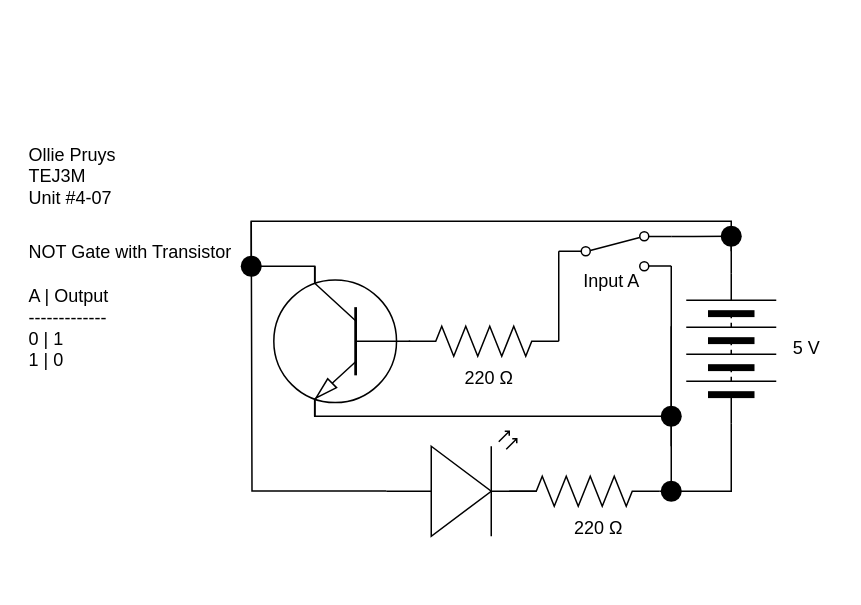
ollie-pruys/TEJ3M1-Unit4 keeps this draw.io diagram as Unit-#4-08/diagram408.drawio. Above is the earlier version. Source tidied: cells renumbered, new cells numbered last; positions are measured from the earlier drawing's top-left corner, leaving out a move shared by most shapes. Both pictures are drawn from the tidied source at 150%, with x=0, y=0 at pixel (26, 130).
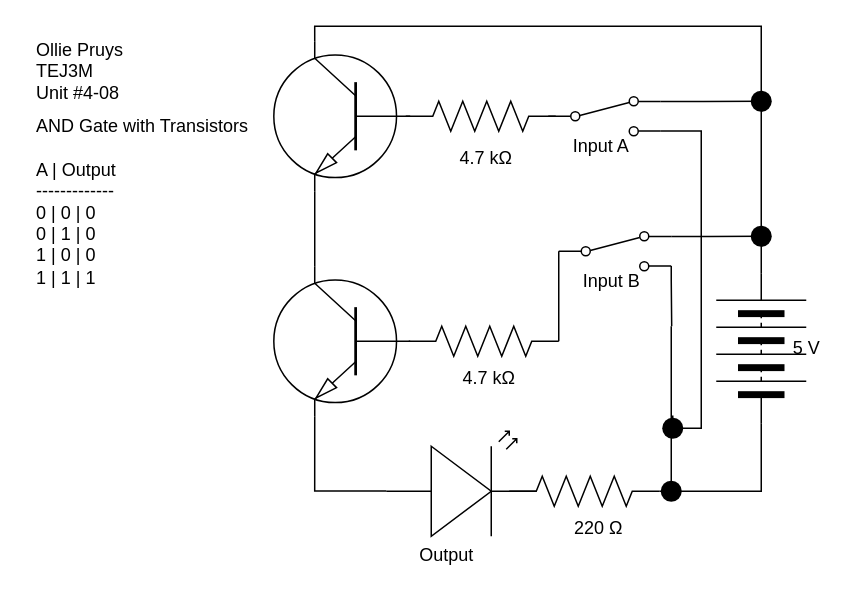
The same diagram, later.

The change refers to these unchanged cells:
```xml
<mxCell id="3" style="verticalLabelPosition=bottom;shadow=0;dashed=0;align=center;html=1;verticalAlign=top;shape=mxgraph.electrical.opto_electronics.led_2;rotation=0;" parent="1" vertex="1">
  <mxGeometry x="240" y="200" width="100" height="70" as="geometry" />
</mxCell>
<mxCell id="8" style="html=1;shape=mxgraph.electrical.electro-mechanical.twoWaySwitch;elSwitchState=2;" parent="1" vertex="1">
  <mxGeometry x="355" y="67" width="75" height="26" as="geometry" />
</mxCell>
<mxCell id="15" style="verticalLabelPosition=bottom;shadow=0;dashed=0;align=center;html=1;verticalAlign=top;shape=mxgraph.electrical.transistors.npn_transistor_1;rotation=-180;flipV=1;" parent="1" vertex="1">
  <mxGeometry x="163" y="90" width="95" height="100" as="geometry" />
</mxCell>
```

Diff of the diagram source:
```diff
@@
-    <mxCell id="2" style="edgeStyle=orthogonalEdgeStyle;shape=connector;rounded=0;html=1;exitX=0;exitY=0.57;exitDx=0;exitDy=0;exitPerimeter=0;strokeColor=default;align=center;verticalAlign=middle;fontFamily=Helvetica;fontSize=11;fontColor=default;labelBackgroundColor=default;endArrow=none;endFill=0;" parent="1" edge="1" source="3">
-      <mxGeometry relative="1" as="geometry">
-        <mxPoint x="150" y="60" as="targetPoint" />
-      </mxGeometry>
+    <mxCell id="2" style="edgeStyle=orthogonalEdgeStyle;shape=connector;rounded=0;html=1;exitX=0;exitY=0.57;exitDx=0;exitDy=0;exitPerimeter=0;strokeColor=default;align=center;verticalAlign=middle;fontFamily=Helvetica;fontSize=11;fontColor=default;labelBackgroundColor=default;endArrow=none;endFill=0;entryX=0.7;entryY=1;entryDx=0;entryDy=0;entryPerimeter=0;" parent="1" edge="1" source="3" target="15">
+      <mxGeometry relative="1" as="geometry" />
     </mxCell>
@@
-    <mxCell id="6" style="edgeStyle=orthogonalEdgeStyle;shape=connector;curved=0;rounded=0;html=1;exitDx=0;exitDy=0;strokeColor=default;align=center;verticalAlign=middle;fontFamily=Helvetica;fontSize=11;fontColor=default;labelBackgroundColor=default;endArrow=none;endFill=0;" parent="1" edge="1" source="26">
+    <mxCell id="6" style="edgeStyle=orthogonalEdgeStyle;shape=connector;curved=0;rounded=0;html=1;exitDx=0;exitDy=0;strokeColor=default;align=center;verticalAlign=middle;fontFamily=Helvetica;fontSize=11;fontColor=default;labelBackgroundColor=default;endArrow=none;endFill=0;" parent="1" edge="1" source="38">
       <mxGeometry relative="1" as="geometry">
         <mxPoint x="430" y="240" as="targetPoint" />
         <Array as="points">
           <mxPoint x="430" y="130" />
           <mxPoint x="430" y="130" />
         </Array>
       </mxGeometry>
     </mxCell>
-    <mxCell id="7" style="edgeStyle=orthogonalEdgeStyle;shape=connector;curved=0;rounded=0;html=1;exitDx=0;exitDy=0;strokeColor=default;align=center;verticalAlign=middle;fontFamily=Helvetica;fontSize=11;fontColor=default;labelBackgroundColor=default;endArrow=none;endFill=0;entryX=1;entryY=0.5;entryDx=0;entryDy=0;" parent="1" edge="1" source="21" target="9">
-      <mxGeometry relative="1" as="geometry" />
-    </mxCell>
+    <mxCell id="27" style="edgeStyle=orthogonalEdgeStyle;shape=connector;rounded=0;html=1;exitX=1;exitY=0.88;exitDx=0;exitDy=0;strokeColor=default;align=center;verticalAlign=middle;fontFamily=Helvetica;fontSize=11;fontColor=default;labelBackgroundColor=default;endArrow=none;endFill=0;" parent="1" edge="1" source="8">
+      <mxGeometry relative="1" as="geometry">
+        <mxPoint x="430.3" y="130" as="targetPoint" />
+        <Array as="points">
+          <mxPoint x="430" y="100" />
+          <mxPoint x="430" y="100" />
+        </Array>
+      </mxGeometry>
+    </mxCell>
@@
+    <mxCell id="28" style="edgeStyle=orthogonalEdgeStyle;shape=connector;rounded=0;html=1;exitX=1;exitY=0.5;exitDx=0;exitDy=0;strokeColor=default;align=center;verticalAlign=middle;fontFamily=Helvetica;fontSize=11;fontColor=default;labelBackgroundColor=default;endArrow=none;endFill=0;" parent="1" edge="1" source="9" target="21">
+      <mxGeometry relative="1" as="geometry" />
+    </mxCell>
     <mxCell id="9" style="verticalLabelPosition=bottom;shadow=0;dashed=0;align=center;html=1;verticalAlign=top;shape=mxgraph.electrical.miscellaneous.batteryStack;fontFamily=Helvetica;fontSize=11;fontColor=default;labelBackgroundColor=default;rotation=-90;" parent="1" vertex="1">
-      <mxGeometry x="420" y="115" width="100" height="60" as="geometry" />
+      <mxGeometry x="440" y="115" width="100" height="60" as="geometry" />
     </mxCell>
-    <mxCell id="10" value="Input A" style="text;html=1;align=center;verticalAlign=middle;strokeColor=none;fillColor=none;" parent="1" vertex="1">
+    <mxCell id="10" value="Input B" style="text;html=1;align=center;verticalAlign=middle;strokeColor=none;fillColor=none;" parent="1" vertex="1">
       <mxGeometry x="360" y="85" width="60" height="30" as="geometry" />
     </mxCell>
-    <mxCell id="11" value="NOT Gate with Transistor&lt;div&gt;&lt;br&gt;&lt;/div&gt;&lt;div&gt;A | Output&lt;/div&gt;&lt;div&gt;-------------&lt;/div&gt;&lt;div&gt;0 | 1&lt;/div&gt;&lt;div&gt;1 | 0&lt;/div&gt;" style="text;html=1;align=left;verticalAlign=middle;strokeColor=none;fillColor=none;" parent="1" vertex="1">
-      <mxGeometry y="67" width="160" height="100" as="geometry" />
+    <mxCell id="11" value="AND Gate with Transistors&lt;div&gt;&lt;br&gt;&lt;/div&gt;&lt;div&gt;A | Output&lt;/div&gt;&lt;div&gt;-------------&lt;/div&gt;&lt;div&gt;0 | 0 | 0&lt;/div&gt;&lt;div&gt;0 | 1 | 0&lt;/div&gt;&lt;div&gt;1 | 0 | 0&lt;/div&gt;&lt;div&gt;1 | 1 | 1&lt;/div&gt;" style="text;html=1;align=left;verticalAlign=middle;strokeColor=none;fillColor=none;" parent="1" vertex="1">
+      <mxGeometry x="5" y="-18" width="160" height="130" as="geometry" />
     </mxCell>
@@
-    <mxCell id="13" style="edgeStyle=orthogonalEdgeStyle;shape=connector;rounded=0;html=1;exitX=0.7;exitY=1;exitDx=0;exitDy=0;exitPerimeter=0;strokeColor=default;align=center;verticalAlign=middle;fontFamily=Helvetica;fontSize=11;fontColor=default;labelBackgroundColor=default;endArrow=none;endFill=0;" parent="1" edge="1" source="15">
-      <mxGeometry relative="1" as="geometry">
-        <mxPoint x="470" y="80" as="targetPoint" />
-        <Array as="points">
-          <mxPoint x="150" y="90" />
-          <mxPoint x="150" y="60" />
-          <mxPoint x="470" y="60" />
-        </Array>
-      </mxGeometry>
-    </mxCell>
-    <mxCell id="14" style="edgeStyle=orthogonalEdgeStyle;shape=connector;rounded=0;html=1;exitX=0.7;exitY=0;exitDx=0;exitDy=0;exitPerimeter=0;strokeColor=default;align=center;verticalAlign=middle;fontFamily=Helvetica;fontSize=11;fontColor=default;labelBackgroundColor=default;endArrow=none;endFill=0;" parent="1" edge="1" source="15">
-      <mxGeometry relative="1" as="geometry">
-        <mxPoint x="430" y="210" as="targetPoint" />
-        <Array as="points">
-          <mxPoint x="430" y="190" />
-        </Array>
-      </mxGeometry>
-    </mxCell>
@@
     <mxCell id="21" style="shape=waypoint;sketch=0;size=6;points=[];fillColor=none;perimeter=centerPerimeter;snapToPoint=1;fontFamily=Helvetica;fontSize=11;fontColor=default;labelBackgroundColor=default;strokeWidth=5;" parent="1" vertex="1">
-      <mxGeometry x="460" y="60" width="20" height="20" as="geometry" />
+      <mxGeometry x="480" y="60" width="20" height="20" as="geometry" />
     </mxCell>
-    <mxCell id="22" value="Ollie Pruys&lt;div&gt;TEJ3M&lt;/div&gt;&lt;div style=&quot;&quot;&gt;Unit #4-07&lt;/div&gt;" style="text;html=1;align=left;verticalAlign=middle;strokeColor=none;fillColor=none;" parent="1" vertex="1">
-      <mxGeometry width="80" height="60" as="geometry" />
+    <mxCell id="22" value="Ollie Pruys&lt;div&gt;TEJ3M&lt;/div&gt;&lt;div style=&quot;&quot;&gt;Unit #4-08&lt;/div&gt;" style="text;html=1;align=left;verticalAlign=middle;strokeColor=none;fillColor=none;" parent="1" vertex="1">
+      <mxGeometry x="5" y="-70" width="80" height="60" as="geometry" />
     </mxCell>
-    <mxCell id="23" value="&amp;nbsp; 220 Ω" style="text;html=1;align=center;verticalAlign=middle;strokeColor=none;fillColor=none;" parent="1" vertex="1">
-      <mxGeometry x="275" y="150" width="60" height="30" as="geometry" />
+    <mxCell id="23" value="&amp;nbsp; 4.7 kΩ" style="text;html=1;align=center;verticalAlign=middle;strokeColor=none;fillColor=none;" parent="1" vertex="1">
+      <mxGeometry x="270" y="150" width="70" height="30" as="geometry" />
     </mxCell>
-    <mxCell id="24" style="shape=waypoint;sketch=0;size=6;fillColor=none;perimeter=centerPerimeter;fontFamily=Helvetica;fontSize=11;fontColor=default;labelBackgroundColor=default;strokeWidth=5;" parent="1" vertex="1">
-      <mxGeometry x="140" y="80" width="20" height="20" as="geometry" />
-    </mxCell>
-    <mxCell id="25" style="edgeStyle=orthogonalEdgeStyle;shape=connector;curved=0;rounded=0;html=1;exitX=1;exitY=0.88;exitDx=0;exitDy=0;strokeColor=default;align=center;verticalAlign=middle;fontFamily=Helvetica;fontSize=11;fontColor=default;labelBackgroundColor=default;endArrow=none;endFill=0;" parent="1" edge="1" source="8" target="26">
-      <mxGeometry relative="1" as="geometry">
-        <Array as="points">
-          <mxPoint x="430" y="120" />
-          <mxPoint x="430" y="120" />
-        </Array>
-      </mxGeometry>
-    </mxCell>
-    <mxCell id="26" style="shape=waypoint;sketch=0;size=6;points=[];fillColor=none;perimeter=centerPerimeter;snapToPoint=1;fontFamily=Helvetica;fontSize=11;fontColor=default;labelBackgroundColor=default;strokeWidth=5;" parent="1" vertex="1">
-      <mxGeometry x="420" y="180" width="20" height="20" as="geometry" />
-    </mxCell>
+    <mxCell id="29" value="Output" style="text;html=1;align=center;verticalAlign=middle;strokeColor=none;fillColor=none;" parent="1" vertex="1">
+      <mxGeometry x="250" y="268" width="60" height="30" as="geometry" />
+    </mxCell>
+    <mxCell id="30" style="verticalLabelPosition=bottom;shadow=0;dashed=0;align=center;html=1;verticalAlign=top;shape=mxgraph.electrical.transistors.npn_transistor_1;rotation=-180;flipV=1;" parent="1" vertex="1">
+      <mxGeometry x="163" y="-60" width="95" height="100" as="geometry" />
+    </mxCell>
+    <mxCell id="31" style="edgeStyle=orthogonalEdgeStyle;shape=connector;rounded=0;html=1;exitX=0.7;exitY=1;exitDx=0;exitDy=0;exitPerimeter=0;entryX=0.7;entryY=0;entryDx=0;entryDy=0;entryPerimeter=0;strokeColor=default;align=center;verticalAlign=middle;fontFamily=Helvetica;fontSize=11;fontColor=default;labelBackgroundColor=default;endArrow=none;endFill=0;" parent="1" edge="1" source="30" target="15">
+      <mxGeometry relative="1" as="geometry" />
+    </mxCell>
+    <mxCell id="32" style="verticalLabelPosition=bottom;shadow=0;dashed=0;align=center;html=1;verticalAlign=top;shape=mxgraph.electrical.resistors.resistor_2;rotation=0;" parent="1" vertex="1">
+      <mxGeometry x="253" y="-20" width="100" height="20" as="geometry" />
+    </mxCell>
+    <mxCell id="33" value="&amp;nbsp; 4.7 kΩ" style="text;html=1;align=center;verticalAlign=middle;strokeColor=none;fillColor=none;" parent="1" vertex="1">
+      <mxGeometry x="268" y="3" width="70" height="30" as="geometry" />
+    </mxCell>
+    <mxCell id="34" value="Input A" style="text;html=1;align=center;verticalAlign=middle;strokeColor=none;fillColor=none;" parent="1" vertex="1">
+      <mxGeometry x="353" y="-5" width="60" height="30" as="geometry" />
+    </mxCell>
+    <mxCell id="35" style="edgeStyle=orthogonalEdgeStyle;shape=connector;rounded=0;html=1;exitDx=0;exitDy=0;strokeColor=default;align=center;verticalAlign=middle;fontFamily=Helvetica;fontSize=11;fontColor=default;labelBackgroundColor=default;endArrow=none;endFill=0;" parent="1" edge="1" source="42">
+      <mxGeometry relative="1" as="geometry">
+        <mxPoint x="490" y="70" as="targetPoint" />
+        <Array as="points">
+          <mxPoint x="490" y="-20" />
+          <mxPoint x="490" y="70" />
+        </Array>
+      </mxGeometry>
+    </mxCell>
+    <mxCell id="36" style="html=1;shape=mxgraph.electrical.electro-mechanical.twoWaySwitch;elSwitchState=2;" parent="1" vertex="1">
+      <mxGeometry x="348" y="-23" width="75" height="26" as="geometry" />
+    </mxCell>
+    <mxCell id="37" style="edgeStyle=orthogonalEdgeStyle;shape=connector;curved=0;rounded=0;html=1;exitDx=0;exitDy=0;strokeColor=default;align=center;verticalAlign=middle;fontFamily=Helvetica;fontSize=11;fontColor=default;labelBackgroundColor=default;endArrow=none;endFill=0;" parent="1" edge="1" target="38">
+      <mxGeometry relative="1" as="geometry">
+        <mxPoint x="430" y="190" as="sourcePoint" />
+      </mxGeometry>
+    </mxCell>
+    <mxCell id="38" style="shape=waypoint;sketch=0;size=6;points=[];fillColor=none;perimeter=centerPerimeter;snapToPoint=1;fontFamily=Helvetica;fontSize=11;fontColor=default;labelBackgroundColor=default;strokeWidth=5;" parent="1" vertex="1">
+      <mxGeometry x="421" y="188" width="20" height="20" as="geometry" />
+    </mxCell>
+    <mxCell id="39" style="edgeStyle=orthogonalEdgeStyle;shape=connector;rounded=0;html=1;exitX=1;exitY=0.12;exitDx=0;exitDy=0;strokeColor=default;align=center;verticalAlign=middle;fontFamily=Helvetica;fontSize=11;fontColor=default;labelBackgroundColor=default;endArrow=none;endFill=0;" parent="1" edge="1" source="36" target="42">
+      <mxGeometry relative="1" as="geometry" />
+    </mxCell>
+    <mxCell id="40" style="edgeStyle=orthogonalEdgeStyle;shape=connector;rounded=0;html=1;exitX=1;exitY=0.88;exitDx=0;exitDy=0;entryX=0.773;entryY=0.666;entryDx=0;entryDy=0;entryPerimeter=0;strokeColor=default;align=center;verticalAlign=middle;fontFamily=Helvetica;fontSize=11;fontColor=default;labelBackgroundColor=default;endArrow=none;endFill=0;" parent="1" edge="1" source="36" target="38">
+      <mxGeometry relative="1" as="geometry">
+        <Array as="points">
+          <mxPoint x="450" />
+          <mxPoint x="450" y="198" />
+        </Array>
+      </mxGeometry>
+    </mxCell>
+    <mxCell id="41" style="edgeStyle=orthogonalEdgeStyle;shape=connector;rounded=0;html=1;exitX=0.7;exitY=0;exitDx=0;exitDy=0;exitPerimeter=0;strokeColor=default;align=center;verticalAlign=middle;fontFamily=Helvetica;fontSize=11;fontColor=default;labelBackgroundColor=default;endArrow=none;endFill=0;" parent="1" edge="1" source="30" target="42">
+      <mxGeometry relative="1" as="geometry">
+        <Array as="points">
+          <mxPoint x="192" y="-70" />
+          <mxPoint x="490" y="-70" />
+        </Array>
+      </mxGeometry>
+    </mxCell>
+    <mxCell id="42" style="shape=waypoint;sketch=0;size=6;points=[];fillColor=none;perimeter=centerPerimeter;snapToPoint=1;fontFamily=Helvetica;fontSize=11;fontColor=default;labelBackgroundColor=default;strokeWidth=5;" parent="1" vertex="1">
+      <mxGeometry x="480" y="-30" width="20" height="20" as="geometry" />
+    </mxCell>
```
